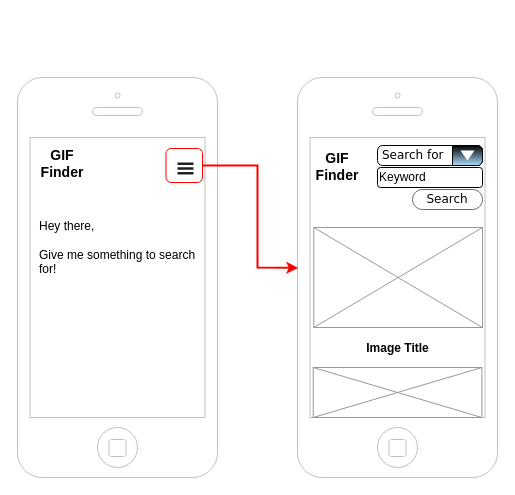
The draw.io diagram design-documents/wireframe-mobile.drawio in Silverbelly/SE-Bootcamp-Project2, before the edit. Source tidied: cells renumbered, new cells numbered last; positions are measured from the earlier drawing's top-left corner, leaving out a move shared by most shapes. Both pictures are drawn from the tidied source at 100%, with x=0, y=0 at pixel (17, 77).
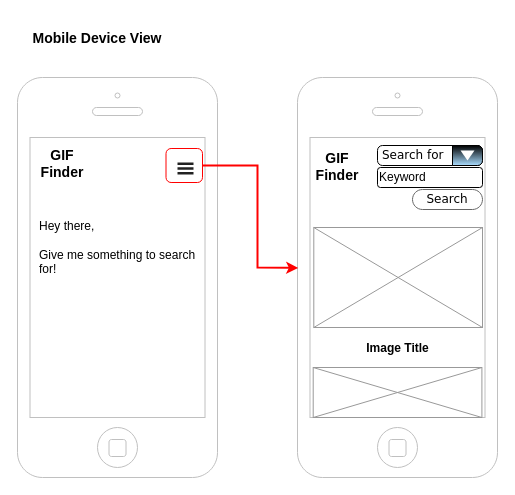
The same page after the edit.

Commit message (it also covers changes not shown here):
wireframe updates and pdfs

Change to the diagram source:
```diff
@@
+    <mxCell id="18" value="Mobile Device View" style="text;strokeColor=none;fillColor=none;fontSize=14;fontStyle=1;verticalAlign=middle;align=center;spacing=0;" parent="1" vertex="1">
+      <mxGeometry y="-60" width="160" height="40" as="geometry" />
+    </mxCell>
```
